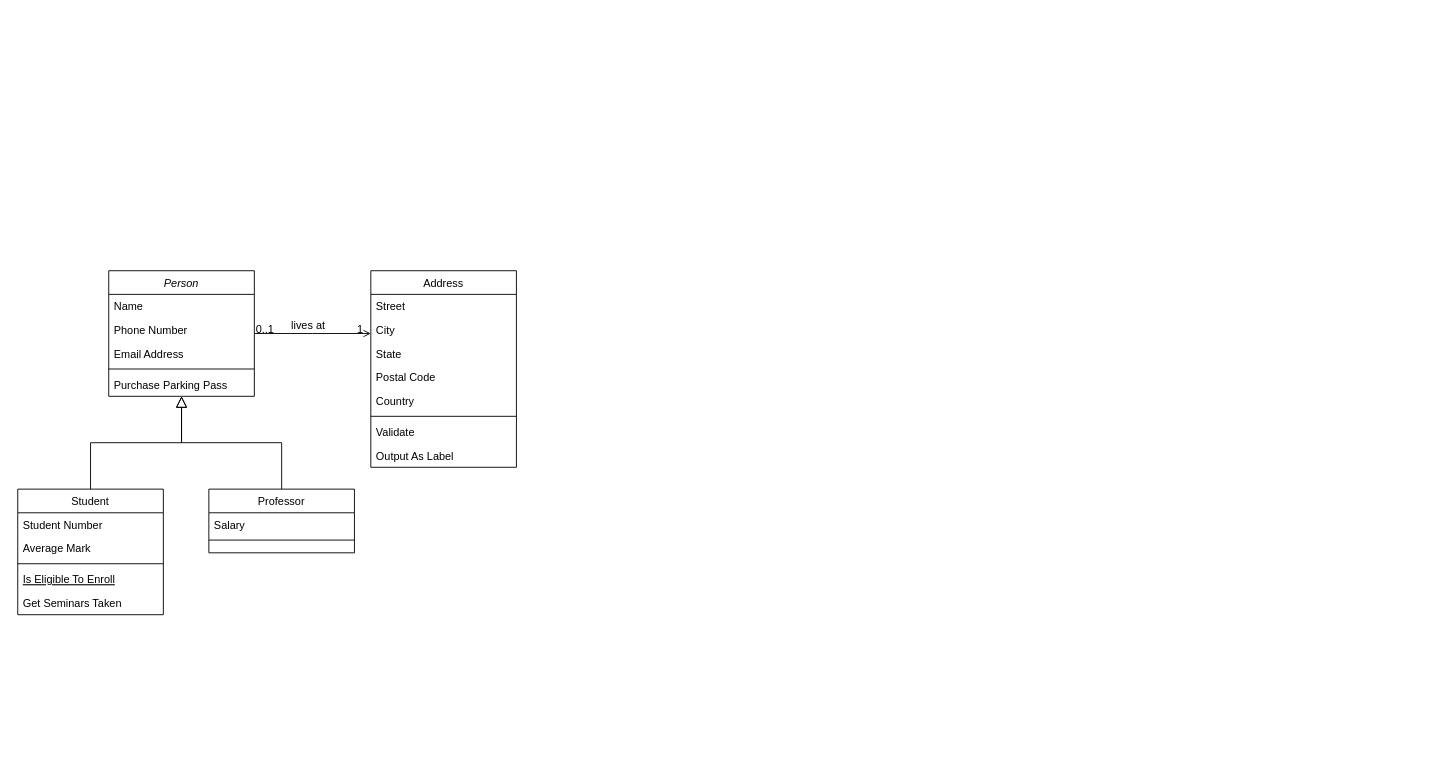
ricardolagarini/Cesae_Software_Dev keeps this draw.io diagram as Uml/17-12/11.drawio. Above is the earlier version. Source tidied: cells renumbered, new cells numbered last; positions are measured from the earlier drawing's top-left corner, leaving out a move shared by most shapes. Both pictures are drawn from the tidied source at 91%, with x=0, y=0 at pixel (17, 270).
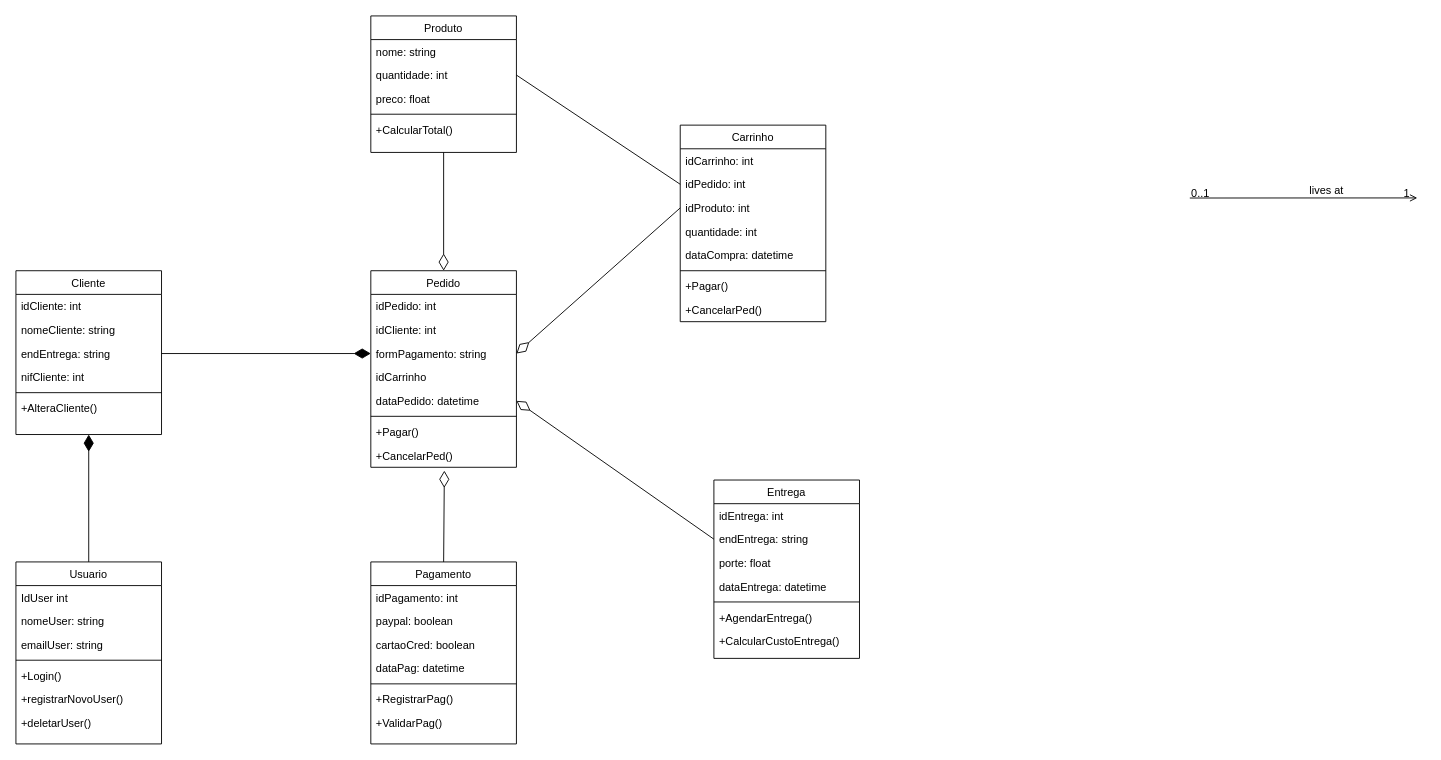
The same diagram, later.

The edit, as a diff of the source:
```diff
@@
-    <mxCell id="2" value="Person" style="swimlane;fontStyle=2;align=center;verticalAlign=top;horizontal=1;startSize=26;rounded=0;shadow=0;strokeWidth=1;" parent="1" vertex="1">
-      <mxGeometry x="100" width="160" height="138" as="geometry" />
-    </mxCell>
-    <mxCell id="3" value="Name" style="text;align=left;verticalAlign=top;spacingLeft=4;spacingRight=4;overflow=hidden;" parent="2" vertex="1">
-      <mxGeometry y="26" width="160" height="26" as="geometry" />
-    </mxCell>
-    <mxCell id="4" value="Phone Number" style="text;align=left;verticalAlign=top;spacingLeft=4;spacingRight=4;overflow=hidden;rounded=0;shadow=0;html=0;" parent="2" vertex="1">
-      <mxGeometry y="52" width="160" height="26" as="geometry" />
-    </mxCell>
-    <mxCell id="5" value="Email Address" style="text;align=left;verticalAlign=top;spacingLeft=4;spacingRight=4;overflow=hidden;rounded=0;shadow=0;html=0;" parent="2" vertex="1">
-      <mxGeometry y="78" width="160" height="26" as="geometry" />
-    </mxCell>
-    <mxCell id="6" style="line;html=1;strokeWidth=1;align=left;verticalAlign=middle;spacingTop=-1;spacingLeft=3;spacingRight=3;labelPosition=right;" parent="2" vertex="1">
-      <mxGeometry y="104" width="160" height="8" as="geometry" />
-    </mxCell>
-    <mxCell id="7" value="Purchase Parking Pass" style="text;align=left;verticalAlign=top;spacingLeft=4;spacingRight=4;overflow=hidden;" parent="2" vertex="1">
-      <mxGeometry y="112" width="160" height="26" as="geometry" />
-    </mxCell>
-    <mxCell id="8" value="Student" style="swimlane;fontStyle=0;align=center;verticalAlign=top;horizontal=1;startSize=26;rounded=0;shadow=0;strokeWidth=1;" parent="1" vertex="1">
-      <mxGeometry y="240" width="160" height="138" as="geometry" />
-    </mxCell>
-    <mxCell id="9" value="Student Number" style="text;align=left;verticalAlign=top;spacingLeft=4;spacingRight=4;overflow=hidden;" parent="8" vertex="1">
-      <mxGeometry y="26" width="160" height="26" as="geometry" />
-    </mxCell>
-    <mxCell id="10" value="Average Mark" style="text;align=left;verticalAlign=top;spacingLeft=4;spacingRight=4;overflow=hidden;rounded=0;shadow=0;html=0;" parent="8" vertex="1">
-      <mxGeometry y="52" width="160" height="26" as="geometry" />
-    </mxCell>
-    <mxCell id="11" style="line;html=1;strokeWidth=1;align=left;verticalAlign=middle;spacingTop=-1;spacingLeft=3;spacingRight=3;labelPosition=right;" parent="8" vertex="1">
-      <mxGeometry y="78" width="160" height="8" as="geometry" />
-    </mxCell>
-    <mxCell id="12" value="Is Eligible To Enroll" style="text;align=left;verticalAlign=top;spacingLeft=4;spacingRight=4;overflow=hidden;fontStyle=4;" parent="8" vertex="1">
-      <mxGeometry y="86" width="160" height="26" as="geometry" />
-    </mxCell>
-    <mxCell id="13" value="Get Seminars Taken" style="text;align=left;verticalAlign=top;spacingLeft=4;spacingRight=4;overflow=hidden;" parent="8" vertex="1">
-      <mxGeometry y="112" width="160" height="26" as="geometry" />
-    </mxCell>
-    <mxCell id="14" style="endArrow=block;endSize=10;endFill=0;shadow=0;strokeWidth=1;rounded=0;edgeStyle=elbowEdgeStyle;elbow=vertical;" parent="1" edge="1" source="8" target="2">
-      <mxGeometry relative="1" as="geometry" />
-    </mxCell>
-    <mxCell id="15" value="Professor" style="swimlane;fontStyle=0;align=center;verticalAlign=top;horizontal=1;startSize=26;rounded=0;shadow=0;strokeWidth=1;" parent="1" vertex="1">
-      <mxGeometry x="210" y="240" width="160" height="70" as="geometry" />
-    </mxCell>
-    <mxCell id="16" value="Salary" style="text;align=left;verticalAlign=top;spacingLeft=4;spacingRight=4;overflow=hidden;" parent="15" vertex="1">
-      <mxGeometry y="26" width="160" height="26" as="geometry" />
-    </mxCell>
-    <mxCell id="17" style="line;html=1;strokeWidth=1;align=left;verticalAlign=middle;spacingTop=-1;spacingLeft=3;spacingRight=3;labelPosition=right;" parent="15" vertex="1">
-      <mxGeometry y="52" width="160" height="8" as="geometry" />
-    </mxCell>
-    <mxCell id="18" style="endArrow=block;endSize=10;endFill=0;shadow=0;strokeWidth=1;rounded=0;edgeStyle=elbowEdgeStyle;elbow=vertical;" parent="1" edge="1" source="15" target="2">
-      <mxGeometry relative="1" as="geometry" />
-    </mxCell>
-    <mxCell id="19" value="Address" style="swimlane;fontStyle=0;align=center;verticalAlign=top;horizontal=1;startSize=26;rounded=0;shadow=0;strokeWidth=1;" parent="1" vertex="1">
+    <mxCell id="19" value="Pedido" style="swimlane;fontStyle=0;align=center;verticalAlign=top;horizontal=1;startSize=26;rounded=0;shadow=0;strokeWidth=1;" parent="1" vertex="1">
       <mxGeometry x="388" width="160" height="216" as="geometry" />
     </mxCell>
-    <mxCell id="20" value="Street" style="text;align=left;verticalAlign=top;spacingLeft=4;spacingRight=4;overflow=hidden;" parent="19" vertex="1">
+    <mxCell id="20" value="idPedido: int" style="text;align=left;verticalAlign=top;spacingLeft=4;spacingRight=4;overflow=hidden;" parent="19" vertex="1">
       <mxGeometry y="26" width="160" height="26" as="geometry" />
     </mxCell>
-    <mxCell id="21" value="City" style="text;align=left;verticalAlign=top;spacingLeft=4;spacingRight=4;overflow=hidden;rounded=0;shadow=0;html=0;" parent="19" vertex="1">
+    <mxCell id="21" value="idCliente: int" style="text;align=left;verticalAlign=top;spacingLeft=4;spacingRight=4;overflow=hidden;rounded=0;shadow=0;html=0;" parent="19" vertex="1">
       <mxGeometry y="52" width="160" height="26" as="geometry" />
     </mxCell>
-    <mxCell id="22" value="State" style="text;align=left;verticalAlign=top;spacingLeft=4;spacingRight=4;overflow=hidden;points=[[0,0.5],[1,0.5]];portConstraint=eastwest;rounded=0;shadow=0;html=0;" parent="19" vertex="1">
+    <mxCell id="22" value="formPagamento: string" style="text;align=left;verticalAlign=top;spacingLeft=4;spacingRight=4;overflow=hidden;points=[[0,0.5],[1,0.5]];portConstraint=eastwest;rounded=0;shadow=0;html=0;" parent="19" vertex="1">
       <mxGeometry y="78" width="160" height="26" as="geometry" />
     </mxCell>
-    <mxCell id="23" value="Postal Code" style="text;align=left;verticalAlign=top;spacingLeft=4;spacingRight=4;overflow=hidden;rounded=0;shadow=0;html=0;" parent="19" vertex="1">
+    <mxCell id="23" value="idCarrinho" style="text;align=left;verticalAlign=top;spacingLeft=4;spacingRight=4;overflow=hidden;rounded=0;shadow=0;html=0;" parent="19" vertex="1">
       <mxGeometry y="104" width="160" height="26" as="geometry" />
     </mxCell>
-    <mxCell id="24" value="Country" style="text;align=left;verticalAlign=top;spacingLeft=4;spacingRight=4;overflow=hidden;points=[[0,0.5],[1,0.5]];portConstraint=eastwest;rounded=0;shadow=0;html=0;" parent="19" vertex="1">
+    <mxCell id="24" value="dataPedido: datetime" style="text;align=left;verticalAlign=top;spacingLeft=4;spacingRight=4;overflow=hidden;points=[[0,0.5],[1,0.5]];portConstraint=eastwest;rounded=0;shadow=0;html=0;" parent="19" vertex="1">
       <mxGeometry y="130" width="160" height="26" as="geometry" />
     </mxCell>
@@
-    <mxCell id="26" value="Validate" style="text;align=left;verticalAlign=top;spacingLeft=4;spacingRight=4;overflow=hidden;" parent="19" vertex="1">
+    <mxCell id="26" value="+Pagar()" style="text;align=left;verticalAlign=top;spacingLeft=4;spacingRight=4;overflow=hidden;" parent="19" vertex="1">
       <mxGeometry y="164" width="160" height="26" as="geometry" />
     </mxCell>
-    <mxCell id="27" value="Output As Label" style="text;align=left;verticalAlign=top;spacingLeft=4;spacingRight=4;overflow=hidden;points=[[0,0.5],[1,0.5]];portConstraint=eastwest;" parent="19" vertex="1">
+    <mxCell id="27" value="+CancelarPed()" style="text;align=left;verticalAlign=top;spacingLeft=4;spacingRight=4;overflow=hidden;points=[[0,0.5],[1,0.5]];portConstraint=eastwest;" parent="19" vertex="1">
       <mxGeometry y="190" width="160" height="26" as="geometry" />
     </mxCell>
-    <mxCell id="28" style="endArrow=open;shadow=0;strokeWidth=1;rounded=0;endFill=1;edgeStyle=elbowEdgeStyle;elbow=vertical;" parent="1" edge="1" source="2" target="19">
+    <mxCell id="28" style="endArrow=open;shadow=0;strokeWidth=1;rounded=0;endFill=1;edgeStyle=elbowEdgeStyle;elbow=vertical;" parent="1" edge="1">
       <mxGeometry x="0.5" y="41" relative="1" as="geometry">
+        <mxPoint x="1288" y="-79.9" as="sourcePoint" />
+        <mxPoint x="1538" y="-80" as="targetPoint" />
         <mxPoint x="-40" y="32" as="offset" />
       </mxGeometry>
     </mxCell>
@@
+    <mxCell id="32" value="Produto" style="swimlane;fontStyle=0;align=center;verticalAlign=top;horizontal=1;startSize=26;rounded=0;shadow=0;strokeWidth=1;" parent="1" vertex="1">
+      <mxGeometry x="388" y="-280" width="160" height="150" as="geometry" />
+    </mxCell>
+    <mxCell id="33" value="nome: string" style="text;align=left;verticalAlign=top;spacingLeft=4;spacingRight=4;overflow=hidden;" parent="32" vertex="1">
+      <mxGeometry y="26" width="160" height="26" as="geometry" />
+    </mxCell>
+    <mxCell id="34" value="quantidade: int" style="text;align=left;verticalAlign=top;spacingLeft=4;spacingRight=4;overflow=hidden;points=[[0,0.5],[1,0.5]];portConstraint=eastwest;rounded=0;shadow=0;html=0;" parent="32" vertex="1">
+      <mxGeometry y="52" width="160" height="26" as="geometry" />
+    </mxCell>
+    <mxCell id="35" value="preco: float" style="text;align=left;verticalAlign=top;spacingLeft=4;spacingRight=4;overflow=hidden;rounded=0;shadow=0;html=0;" parent="32" vertex="1">
+      <mxGeometry y="78" width="160" height="26" as="geometry" />
+    </mxCell>
+    <mxCell id="36" style="line;html=1;strokeWidth=1;align=left;verticalAlign=middle;spacingTop=-1;spacingLeft=3;spacingRight=3;labelPosition=right;" parent="32" vertex="1">
+      <mxGeometry y="104" width="160" height="8" as="geometry" />
+    </mxCell>
+    <mxCell id="37" value="+CalcularTotal()" style="text;align=left;verticalAlign=top;spacingLeft=4;spacingRight=4;overflow=hidden;" parent="32" vertex="1">
+      <mxGeometry y="112" width="160" height="26" as="geometry" />
+    </mxCell>
+    <mxCell id="38" value="Cliente" style="swimlane;fontStyle=0;align=center;verticalAlign=top;horizontal=1;startSize=26;rounded=0;shadow=0;strokeWidth=1;" parent="1" vertex="1">
+      <mxGeometry x="-2" width="160" height="180" as="geometry" />
+    </mxCell>
+    <mxCell id="39" value="idCliente: int" style="text;align=left;verticalAlign=top;spacingLeft=4;spacingRight=4;overflow=hidden;" parent="38" vertex="1">
+      <mxGeometry y="26" width="160" height="26" as="geometry" />
+    </mxCell>
+    <mxCell id="40" value="nomeCliente: string" style="text;align=left;verticalAlign=top;spacingLeft=4;spacingRight=4;overflow=hidden;rounded=0;shadow=0;html=0;" parent="38" vertex="1">
+      <mxGeometry y="52" width="160" height="26" as="geometry" />
+    </mxCell>
+    <mxCell id="41" value="endEntrega: string" style="text;align=left;verticalAlign=top;spacingLeft=4;spacingRight=4;overflow=hidden;rounded=0;shadow=0;html=0;" parent="38" vertex="1">
+      <mxGeometry y="78" width="160" height="26" as="geometry" />
+    </mxCell>
+    <mxCell id="42" value="nifCliente: int" style="text;align=left;verticalAlign=top;spacingLeft=4;spacingRight=4;overflow=hidden;rounded=0;shadow=0;html=0;" parent="38" vertex="1">
+      <mxGeometry y="104" width="160" height="26" as="geometry" />
+    </mxCell>
+    <mxCell id="43" style="line;html=1;strokeWidth=1;align=left;verticalAlign=middle;spacingTop=-1;spacingLeft=3;spacingRight=3;labelPosition=right;" parent="38" vertex="1">
+      <mxGeometry y="130" width="160" height="8" as="geometry" />
+    </mxCell>
+    <mxCell id="44" value="+AlteraCliente()" style="text;align=left;verticalAlign=top;spacingLeft=4;spacingRight=4;overflow=hidden;" parent="38" vertex="1">
+      <mxGeometry y="138" width="160" height="26" as="geometry" />
+    </mxCell>
+    <mxCell id="45" value="Pagamento" style="swimlane;fontStyle=0;align=center;verticalAlign=top;horizontal=1;startSize=26;rounded=0;shadow=0;strokeWidth=1;" parent="1" vertex="1">
+      <mxGeometry x="388" y="320" width="160" height="200" as="geometry" />
+    </mxCell>
+    <mxCell id="46" value="idPagamento: int" style="text;align=left;verticalAlign=top;spacingLeft=4;spacingRight=4;overflow=hidden;" parent="45" vertex="1">
+      <mxGeometry y="26" width="160" height="26" as="geometry" />
+    </mxCell>
+    <mxCell id="47" value="paypal: boolean" style="text;align=left;verticalAlign=top;spacingLeft=4;spacingRight=4;overflow=hidden;rounded=0;shadow=0;html=0;" parent="45" vertex="1">
+      <mxGeometry y="52" width="160" height="26" as="geometry" />
+    </mxCell>
+    <mxCell id="48" value="cartaoCred: boolean" style="text;align=left;verticalAlign=top;spacingLeft=4;spacingRight=4;overflow=hidden;rounded=0;shadow=0;html=0;" parent="45" vertex="1">
+      <mxGeometry y="78" width="160" height="26" as="geometry" />
+    </mxCell>
+    <mxCell id="49" value="dataPag: datetime" style="text;align=left;verticalAlign=top;spacingLeft=4;spacingRight=4;overflow=hidden;rounded=0;shadow=0;html=0;" parent="45" vertex="1">
+      <mxGeometry y="104" width="160" height="26" as="geometry" />
+    </mxCell>
+    <mxCell id="50" style="line;html=1;strokeWidth=1;align=left;verticalAlign=middle;spacingTop=-1;spacingLeft=3;spacingRight=3;labelPosition=right;" parent="45" vertex="1">
+      <mxGeometry y="130" width="160" height="8" as="geometry" />
+    </mxCell>
+    <mxCell id="51" value="+RegistrarPag()" style="text;align=left;verticalAlign=top;spacingLeft=4;spacingRight=4;overflow=hidden;" parent="45" vertex="1">
+      <mxGeometry y="138" width="160" height="26" as="geometry" />
+    </mxCell>
+    <mxCell id="52" value="+ValidarPag()" style="text;align=left;verticalAlign=top;spacingLeft=4;spacingRight=4;overflow=hidden;" parent="45" vertex="1">
+      <mxGeometry y="164" width="160" height="26" as="geometry" />
+    </mxCell>
+    <mxCell id="53" value="Entrega" style="swimlane;fontStyle=0;align=center;verticalAlign=top;horizontal=1;startSize=26;rounded=0;shadow=0;strokeWidth=1;" parent="1" vertex="1">
+      <mxGeometry x="765" y="230" width="160" height="196" as="geometry" />
+    </mxCell>
+    <mxCell id="54" value="idEntrega: int" style="text;align=left;verticalAlign=top;spacingLeft=4;spacingRight=4;overflow=hidden;" parent="53" vertex="1">
+      <mxGeometry y="26" width="160" height="26" as="geometry" />
+    </mxCell>
+    <mxCell id="55" value="endEntrega: string" style="text;align=left;verticalAlign=top;spacingLeft=4;spacingRight=4;overflow=hidden;points=[[0,0.5],[1,0.5]];portConstraint=eastwest;rounded=0;shadow=0;html=0;" parent="53" vertex="1">
+      <mxGeometry y="52" width="160" height="26" as="geometry" />
+    </mxCell>
+    <mxCell id="56" value="porte: float" style="text;align=left;verticalAlign=top;spacingLeft=4;spacingRight=4;overflow=hidden;rounded=0;shadow=0;html=0;" parent="53" vertex="1">
+      <mxGeometry y="78" width="160" height="26" as="geometry" />
+    </mxCell>
+    <mxCell id="57" value="dataEntrega: datetime" style="text;align=left;verticalAlign=top;spacingLeft=4;spacingRight=4;overflow=hidden;rounded=0;shadow=0;html=0;" parent="53" vertex="1">
+      <mxGeometry y="104" width="160" height="26" as="geometry" />
+    </mxCell>
+    <mxCell id="58" style="line;html=1;strokeWidth=1;align=left;verticalAlign=middle;spacingTop=-1;spacingLeft=3;spacingRight=3;labelPosition=right;" parent="53" vertex="1">
+      <mxGeometry y="130" width="160" height="8" as="geometry" />
+    </mxCell>
+    <mxCell id="59" value="+AgendarEntrega()" style="text;align=left;verticalAlign=top;spacingLeft=4;spacingRight=4;overflow=hidden;" parent="53" vertex="1">
+      <mxGeometry y="138" width="160" height="26" as="geometry" />
+    </mxCell>
+    <mxCell id="60" value="+CalcularCustoEntrega()" style="text;align=left;verticalAlign=top;spacingLeft=4;spacingRight=4;overflow=hidden;" parent="53" vertex="1">
+      <mxGeometry y="164" width="160" height="26" as="geometry" />
+    </mxCell>
+    <mxCell id="61" style="endArrow=none;html=1;rounded=0;entryX=0.5;entryY=1;entryDx=0;entryDy=0;exitX=0.5;exitY=0;exitDx=0;exitDy=0;startArrow=diamondThin;startFill=0;endSize=16;startSize=16;" parent="1" edge="1" source="19" target="32">
+      <mxGeometry relative="1" as="geometry" />
+    </mxCell>
+    <mxCell id="62" style="endArrow=diamondThin;html=1;rounded=0;exitX=1;exitY=0.5;exitDx=0;exitDy=0;entryX=0;entryY=0.5;entryDx=0;entryDy=0;endFill=1;endSize=16;" parent="1" edge="1" target="22">
+      <mxGeometry relative="1" as="geometry">
+        <mxPoint x="158" y="91" as="sourcePoint" />
+      </mxGeometry>
+    </mxCell>
+    <mxCell id="63" value="Usuario" style="swimlane;fontStyle=0;align=center;verticalAlign=top;horizontal=1;startSize=26;rounded=0;shadow=0;strokeWidth=1;" parent="1" vertex="1">
+      <mxGeometry x="-2" y="320" width="160" height="200" as="geometry" />
+    </mxCell>
+    <mxCell id="64" value="IdUser int" style="text;align=left;verticalAlign=top;spacingLeft=4;spacingRight=4;overflow=hidden;" parent="63" vertex="1">
+      <mxGeometry y="26" width="160" height="26" as="geometry" />
+    </mxCell>
+    <mxCell id="65" value="nomeUser: string" style="text;align=left;verticalAlign=top;spacingLeft=4;spacingRight=4;overflow=hidden;rounded=0;shadow=0;html=0;" parent="63" vertex="1">
+      <mxGeometry y="52" width="160" height="26" as="geometry" />
+    </mxCell>
+    <mxCell id="66" value="emailUser: string" style="text;align=left;verticalAlign=top;spacingLeft=4;spacingRight=4;overflow=hidden;rounded=0;shadow=0;html=0;" parent="63" vertex="1">
+      <mxGeometry y="78" width="160" height="26" as="geometry" />
+    </mxCell>
+    <mxCell id="67" style="line;html=1;strokeWidth=1;align=left;verticalAlign=middle;spacingTop=-1;spacingLeft=3;spacingRight=3;labelPosition=right;" parent="63" vertex="1">
+      <mxGeometry y="104" width="160" height="8" as="geometry" />
+    </mxCell>
+    <mxCell id="68" value="+Login()" style="text;align=left;verticalAlign=top;spacingLeft=4;spacingRight=4;overflow=hidden;" parent="63" vertex="1">
+      <mxGeometry y="112" width="160" height="26" as="geometry" />
+    </mxCell>
+    <mxCell id="69" value="+registrarNovoUser()" style="text;align=left;verticalAlign=top;spacingLeft=4;spacingRight=4;overflow=hidden;" parent="63" vertex="1">
+      <mxGeometry y="138" width="160" height="26" as="geometry" />
+    </mxCell>
+    <mxCell id="70" value="+deletarUser()" style="text;align=left;verticalAlign=top;spacingLeft=4;spacingRight=4;overflow=hidden;" parent="63" vertex="1">
+      <mxGeometry y="164" width="160" height="26" as="geometry" />
+    </mxCell>
+    <mxCell id="71" style="endArrow=diamondThin;html=1;rounded=0;exitX=0.5;exitY=0;exitDx=0;exitDy=0;entryX=0.5;entryY=1;entryDx=0;entryDy=0;endFill=1;endSize=16;" parent="1" edge="1" source="63" target="38">
+      <mxGeometry relative="1" as="geometry" />
+    </mxCell>
+    <mxCell id="72" value="Carrinho" style="swimlane;fontStyle=0;align=center;verticalAlign=top;horizontal=1;startSize=26;rounded=0;shadow=0;strokeWidth=1;" parent="1" vertex="1">
+      <mxGeometry x="728" y="-160" width="160" height="216" as="geometry" />
+    </mxCell>
+    <mxCell id="73" value="idCarrinho: int" style="text;align=left;verticalAlign=top;spacingLeft=4;spacingRight=4;overflow=hidden;" parent="72" vertex="1">
+      <mxGeometry y="26" width="160" height="26" as="geometry" />
+    </mxCell>
+    <mxCell id="74" value="idPedido: int" style="text;align=left;verticalAlign=top;spacingLeft=4;spacingRight=4;overflow=hidden;points=[[0,0.5],[1,0.5]];portConstraint=eastwest;rounded=0;shadow=0;html=0;" parent="72" vertex="1">
+      <mxGeometry y="52" width="160" height="26" as="geometry" />
+    </mxCell>
+    <mxCell id="75" value="idProduto: int" style="text;align=left;verticalAlign=top;spacingLeft=4;spacingRight=4;overflow=hidden;points=[[0,0.5],[1,0.5]];portConstraint=eastwest;rounded=0;shadow=0;html=0;" parent="72" vertex="1">
+      <mxGeometry y="78" width="160" height="26" as="geometry" />
+    </mxCell>
+    <mxCell id="76" value="quantidade: int" style="text;align=left;verticalAlign=top;spacingLeft=4;spacingRight=4;overflow=hidden;rounded=0;shadow=0;html=0;" parent="72" vertex="1">
+      <mxGeometry y="104" width="160" height="26" as="geometry" />
+    </mxCell>
+    <mxCell id="77" value="dataCompra: datetime" style="text;align=left;verticalAlign=top;spacingLeft=4;spacingRight=4;overflow=hidden;rounded=0;shadow=0;html=0;" parent="72" vertex="1">
+      <mxGeometry y="130" width="160" height="26" as="geometry" />
+    </mxCell>
+    <mxCell id="78" style="line;html=1;strokeWidth=1;align=left;verticalAlign=middle;spacingTop=-1;spacingLeft=3;spacingRight=3;labelPosition=right;" parent="72" vertex="1">
+      <mxGeometry y="156" width="160" height="8" as="geometry" />
+    </mxCell>
+    <mxCell id="79" value="+Pagar()" style="text;align=left;verticalAlign=top;spacingLeft=4;spacingRight=4;overflow=hidden;" parent="72" vertex="1">
+      <mxGeometry y="164" width="160" height="26" as="geometry" />
+    </mxCell>
+    <mxCell id="80" value="+CancelarPed()" style="text;align=left;verticalAlign=top;spacingLeft=4;spacingRight=4;overflow=hidden;" parent="72" vertex="1">
+      <mxGeometry y="190" width="160" height="26" as="geometry" />
+    </mxCell>
+    <mxCell id="81" style="endArrow=none;html=1;rounded=0;entryX=1;entryY=0.5;entryDx=0;entryDy=0;exitX=0;exitY=0.5;exitDx=0;exitDy=0;" parent="1" edge="1" source="74" target="34">
+      <mxGeometry relative="1" as="geometry" />
+    </mxCell>
+    <mxCell id="82" style="endArrow=none;html=1;rounded=0;entryX=0;entryY=0.5;entryDx=0;entryDy=0;exitX=1;exitY=0.5;exitDx=0;exitDy=0;endSize=16;endFill=0;startArrow=diamondThin;startFill=0;startSize=16;" parent="1" edge="1" source="22" target="75">
+      <mxGeometry relative="1" as="geometry" />
+    </mxCell>
+    <mxCell id="83" style="endArrow=diamondThin;html=1;rounded=0;entryX=0.505;entryY=1.143;entryDx=0;entryDy=0;entryPerimeter=0;exitX=0.5;exitY=0;exitDx=0;exitDy=0;endFill=0;startSize=16;endSize=16;" parent="1" edge="1" source="45" target="27">
+      <mxGeometry relative="1" as="geometry" />
+    </mxCell>
+    <mxCell id="84" style="endArrow=diamondThin;html=1;rounded=0;entryX=1;entryY=0.5;entryDx=0;entryDy=0;exitX=0;exitY=0.5;exitDx=0;exitDy=0;endSize=16;endFill=0;" parent="1" edge="1" source="55" target="24">
+      <mxGeometry relative="1" as="geometry" />
+    </mxCell>
```
